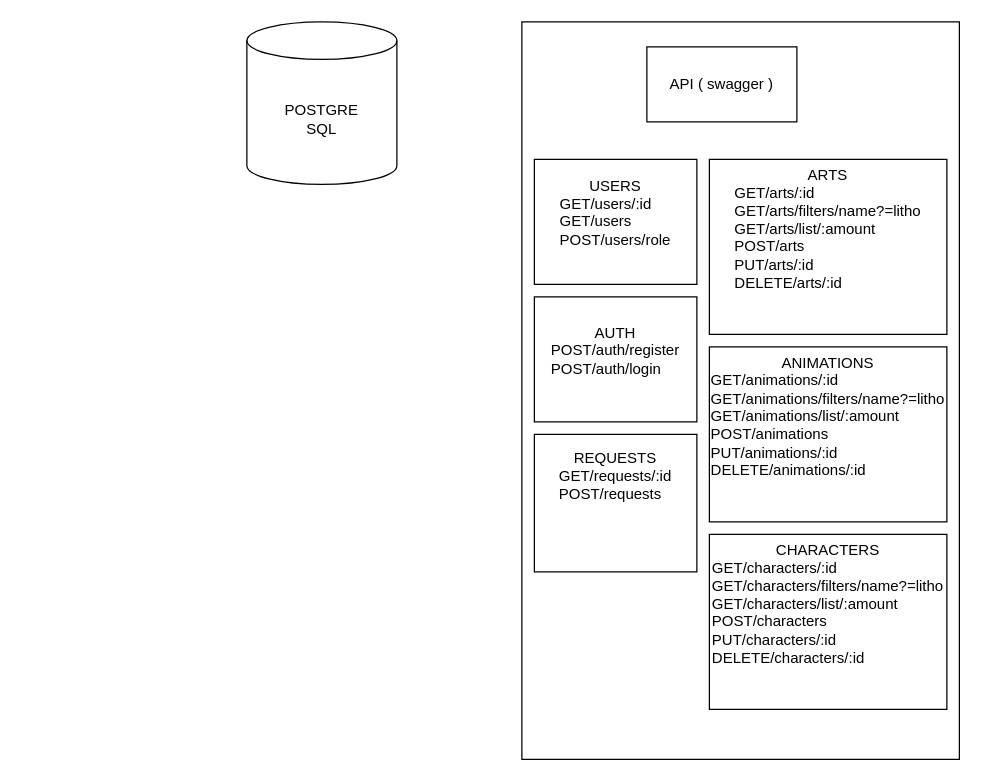
Before: Untitled Diagram.drawio in Alec-litho/lupisvulpes-backend, a draw.io diagram. Source tidied: cells renumbered, new cells numbered last; positions are measured from the earlier drawing's top-left corner, leaving out a move shared by most shapes. Both pictures are drawn from the tidied source at 125%, with x=0, y=0 at pixel (246, 21).
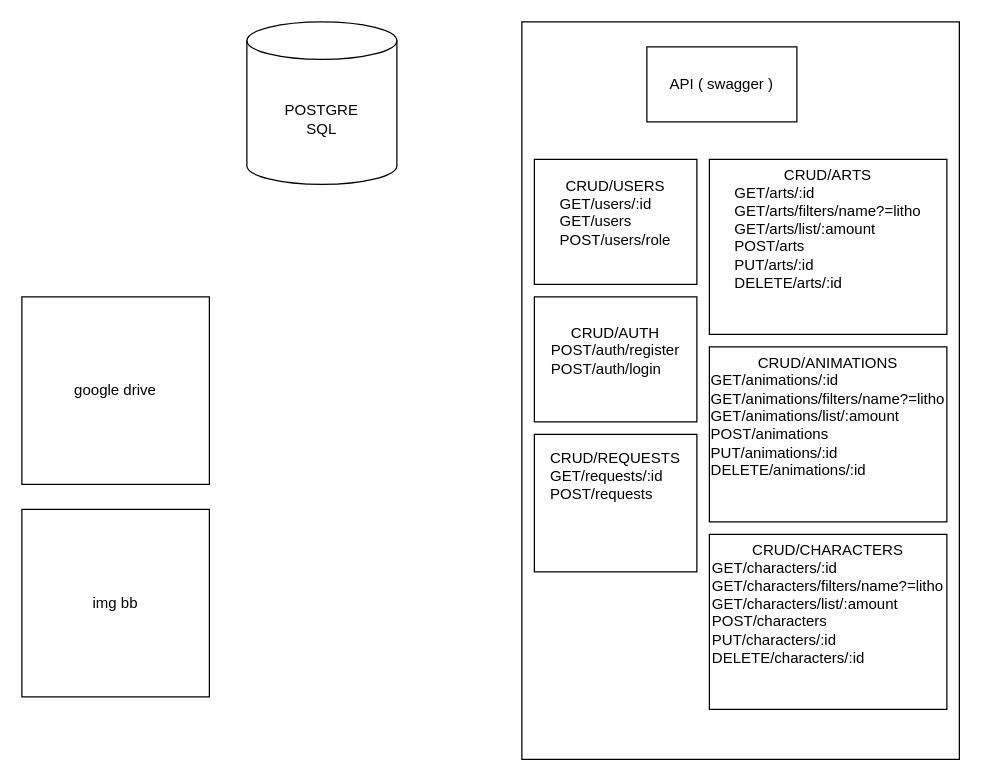
The same page after the edit.

Diff of the diagram source:
```diff
@@
 <mxGraphModel>
   <root>
     <mxCell id="0" />
     <mxCell id="1" parent="0" />
     <mxCell id="2" style="rounded=0;whiteSpace=wrap;html=1;" parent="1" vertex="1">
       <mxGeometry x="220" width="350" height="590" as="geometry" />
     </mxCell>
     <mxCell id="3" value="API ( swagger )" style="rounded=0;whiteSpace=wrap;html=1;" parent="1" vertex="1">
       <mxGeometry x="320" y="20" width="120" height="60" as="geometry" />
     </mxCell>
-    <mxCell id="4" value="USERS&lt;div style=&quot;text-align: left;&quot;&gt;GET/users/:id&lt;/div&gt;&lt;div style=&quot;text-align: left;&quot;&gt;GET/users&lt;/div&gt;&lt;div style=&quot;text-align: left;&quot;&gt;POST/users/role&lt;/div&gt;&lt;div&gt;&lt;div&gt;&lt;br&gt;&lt;/div&gt;&lt;/div&gt;" style="rounded=0;whiteSpace=wrap;html=1;" parent="1" vertex="1">
+    <mxCell id="4" value="CRUD/USERS&lt;div style=&quot;text-align: left;&quot;&gt;GET/users/:id&lt;/div&gt;&lt;div style=&quot;text-align: left;&quot;&gt;GET/users&lt;/div&gt;&lt;div style=&quot;text-align: left;&quot;&gt;POST/users/role&lt;/div&gt;&lt;div&gt;&lt;div&gt;&lt;br&gt;&lt;/div&gt;&lt;/div&gt;" style="rounded=0;whiteSpace=wrap;html=1;" parent="1" vertex="1">
       <mxGeometry x="230" y="110" width="130" height="100" as="geometry" />
     </mxCell>
-    <mxCell id="5" value="ARTS&lt;div style=&quot;text-align: left;&quot;&gt;GET/arts/:id&lt;/div&gt;&lt;div style=&quot;text-align: left;&quot;&gt;&lt;div&gt;GET/arts/filters/name?=litho&lt;/div&gt;&lt;/div&gt;&lt;div style=&quot;text-align: left;&quot;&gt;GET/arts/list/:amount&lt;/div&gt;&lt;div style=&quot;text-align: left;&quot;&gt;POST/arts&lt;/div&gt;&lt;div style=&quot;text-align: left;&quot;&gt;&lt;span style=&quot;background-color: transparent; color: light-dark(rgb(0, 0, 0), rgb(255, 255, 255));&quot;&gt;PUT/arts/:id&lt;/span&gt;&lt;/div&gt;&lt;div style=&quot;text-align: left;&quot;&gt;DELETE/arts/:id&lt;/div&gt;&lt;div style=&quot;text-align: left;&quot;&gt;&lt;div&gt;&lt;br&gt;&lt;/div&gt;&lt;/div&gt;&lt;div style=&quot;text-align: left;&quot;&gt;&lt;span style=&quot;color: rgba(0, 0, 0, 0); font-family: monospace; font-size: 0px; text-wrap-mode: nowrap; background-color: transparent;&quot;&gt;dwd%3CmxGraphModel%3E%3Croot%3E%3CmxCell%20id%3D%220%22%2F%3E%3CmxCell%20id%3D%221%22%20parent%3D%220%22%2F%3E%3CmxCell%20id%3D%222%22%20value%3D%22API%20(%20swagger%20)%22%20style%3D%22rounded%3D0%3BwhiteSpace%3Dwrap%3Bhtml%3D1%3B%22%20vertex%3D%221%22%20parent%3D%221%22%3E%3CmxGeometry%20x%3D%22545%22%20y%3D%22170%22%20width%3D%22120%22%20height%3D%2260%22%20as%3D%22geometry%22%2F%3E%3C%2FmxCell%3E%3C%2Froot%3E%3C%2FmxGraphModel%3Ewdf&lt;/span&gt;&lt;/div&gt;" style="rounded=0;whiteSpace=wrap;html=1;" parent="1" vertex="1">
+    <mxCell id="5" value="CRUD/ARTS&lt;div style=&quot;text-align: left;&quot;&gt;GET/arts/:id&lt;/div&gt;&lt;div style=&quot;text-align: left;&quot;&gt;&lt;div&gt;GET/arts/filters/name?=litho&lt;/div&gt;&lt;/div&gt;&lt;div style=&quot;text-align: left;&quot;&gt;GET/arts/list/:amount&lt;/div&gt;&lt;div style=&quot;text-align: left;&quot;&gt;POST/arts&lt;/div&gt;&lt;div style=&quot;text-align: left;&quot;&gt;&lt;span style=&quot;background-color: transparent; color: light-dark(rgb(0, 0, 0), rgb(255, 255, 255));&quot;&gt;PUT/arts/:id&lt;/span&gt;&lt;/div&gt;&lt;div style=&quot;text-align: left;&quot;&gt;DELETE/arts/:id&lt;/div&gt;&lt;div style=&quot;text-align: left;&quot;&gt;&lt;div&gt;&lt;br&gt;&lt;/div&gt;&lt;/div&gt;&lt;div style=&quot;text-align: left;&quot;&gt;&lt;span style=&quot;color: rgba(0, 0, 0, 0); font-family: monospace; font-size: 0px; text-wrap-mode: nowrap; background-color: transparent;&quot;&gt;dwd%3CmxGraphModel%3E%3Croot%3E%3CmxCell%20id%3D%220%22%2F%3E%3CmxCell%20id%3D%221%22%20parent%3D%220%22%2F%3E%3CmxCell%20id%3D%222%22%20value%3D%22API%20(%20swagger%20)%22%20style%3D%22rounded%3D0%3BwhiteSpace%3Dwrap%3Bhtml%3D1%3B%22%20vertex%3D%221%22%20parent%3D%221%22%3E%3CmxGeometry%20x%3D%22545%22%20y%3D%22170%22%20width%3D%22120%22%20height%3D%2260%22%20as%3D%22geometry%22%2F%3E%3C%2FmxCell%3E%3C%2Froot%3E%3C%2FmxGraphModel%3Ewdf&lt;/span&gt;&lt;/div&gt;" style="rounded=0;whiteSpace=wrap;html=1;" parent="1" vertex="1">
       <mxGeometry x="370" y="110" width="190" height="140" as="geometry" />
     </mxCell>
-    <mxCell id="6" value="REQUESTS&lt;div style=&quot;text-align: left;&quot;&gt;GET/requests/:id&lt;/div&gt;&lt;div style=&quot;text-align: left;&quot;&gt;&lt;div&gt;POST/requests&lt;/div&gt;&lt;/div&gt;&lt;div style=&quot;text-align: left;&quot;&gt;&lt;br&gt;&lt;/div&gt;&lt;div style=&quot;text-align: left;&quot;&gt;&lt;div&gt;&lt;br&gt;&lt;/div&gt;&lt;/div&gt;&lt;div style=&quot;text-align: left;&quot;&gt;&lt;span style=&quot;color: rgba(0, 0, 0, 0); font-family: monospace; font-size: 0px; text-wrap-mode: nowrap; background-color: transparent;&quot;&gt;dwd%3CmxGraphModel%3E%3Croot%3E%3CmxCell%20id%3D%220%22%2F%3E%3CmxCell%20id%3D%221%22%20parent%3D%220%22%2F%3E%3CmxCell%20id%3D%222%22%20value%3D%22API%20(%20swagger%20)%22%20style%3D%22rounded%3D0%3BwhiteSpace%3Dwrap%3Bhtml%3D1%3B%22%20vertex%3D%221%22%20parent%3D%221%22%3E%3CmxGeometry%20x%3D%22545%22%20y%3D%22170%22%20width%3D%22120%22%20height%3D%2260%22%20as%3D%22geometry%22%2F%3E%3C%2FmxCell%3E%3C%2Froot%3E%3C%2FmxGraphModel%3Ewdf&lt;/span&gt;&lt;/div&gt;" style="rounded=0;whiteSpace=wrap;html=1;" parent="1" vertex="1">
+    <mxCell id="6" value="CRUD/REQUESTS&lt;div style=&quot;text-align: left;&quot;&gt;GET/requests/:id&lt;/div&gt;&lt;div style=&quot;text-align: left;&quot;&gt;&lt;div&gt;POST/requests&lt;/div&gt;&lt;/div&gt;&lt;div style=&quot;text-align: left;&quot;&gt;&lt;br&gt;&lt;/div&gt;&lt;div style=&quot;text-align: left;&quot;&gt;&lt;div&gt;&lt;br&gt;&lt;/div&gt;&lt;/div&gt;&lt;div style=&quot;text-align: left;&quot;&gt;&lt;span style=&quot;color: rgba(0, 0, 0, 0); font-family: monospace; font-size: 0px; text-wrap-mode: nowrap; background-color: transparent;&quot;&gt;dwd%3CmxGraphModel%3E%3Croot%3E%3CmxCell%20id%3D%220%22%2F%3E%3CmxCell%20id%3D%221%22%20parent%3D%220%22%2F%3E%3CmxCell%20id%3D%222%22%20value%3D%22API%20(%20swagger%20)%22%20style%3D%22rounded%3D0%3BwhiteSpace%3Dwrap%3Bhtml%3D1%3B%22%20vertex%3D%221%22%20parent%3D%221%22%3E%3CmxGeometry%20x%3D%22545%22%20y%3D%22170%22%20width%3D%22120%22%20height%3D%2260%22%20as%3D%22geometry%22%2F%3E%3C%2FmxCell%3E%3C%2Froot%3E%3C%2FmxGraphModel%3Ewdf&lt;/span&gt;&lt;/div&gt;" style="rounded=0;whiteSpace=wrap;html=1;" parent="1" vertex="1">
       <mxGeometry x="230" y="330" width="130" height="110" as="geometry" />
     </mxCell>
-    <mxCell id="7" value="AUTH&lt;br&gt;&lt;div style=&quot;text-align: left;&quot;&gt;POST/auth/register&lt;/div&gt;&lt;div style=&quot;text-align: left;&quot;&gt;POST/auth/login&lt;/div&gt;&lt;div&gt;&lt;div&gt;&lt;br&gt;&lt;/div&gt;&lt;/div&gt;" style="rounded=0;whiteSpace=wrap;html=1;" parent="1" vertex="1">
+    <mxCell id="7" value="CRUD/AUTH&lt;br&gt;&lt;div style=&quot;text-align: left;&quot;&gt;POST/auth/register&lt;/div&gt;&lt;div style=&quot;text-align: left;&quot;&gt;POST/auth/login&lt;/div&gt;&lt;div&gt;&lt;div&gt;&lt;br&gt;&lt;/div&gt;&lt;/div&gt;" style="rounded=0;whiteSpace=wrap;html=1;" parent="1" vertex="1">
       <mxGeometry x="230" y="220" width="130" height="100" as="geometry" />
     </mxCell>
-    <mxCell id="8" value="ANIMATIONS&lt;div style=&quot;text-align: left;&quot;&gt;GET/animations/:id&lt;/div&gt;&lt;div style=&quot;text-align: left;&quot;&gt;&lt;div&gt;GET/animations/filters/name?=litho&lt;/div&gt;&lt;/div&gt;&lt;div style=&quot;text-align: left;&quot;&gt;GET/animations/list/:amount&lt;/div&gt;&lt;div style=&quot;text-align: left;&quot;&gt;POST/&lt;span style=&quot;background-color: transparent; color: light-dark(rgb(0, 0, 0), rgb(255, 255, 255));&quot;&gt;animations&lt;/span&gt;&lt;/div&gt;&lt;div style=&quot;text-align: left;&quot;&gt;&lt;span style=&quot;background-color: transparent; color: light-dark(rgb(0, 0, 0), rgb(255, 255, 255));&quot;&gt;PUT/&lt;/span&gt;animations&lt;span style=&quot;background-color: transparent; color: light-dark(rgb(0, 0, 0), rgb(255, 255, 255));&quot;&gt;/:id&lt;/span&gt;&lt;/div&gt;&lt;div style=&quot;text-align: left;&quot;&gt;DELETE/animations/:id&lt;/div&gt;&lt;div style=&quot;text-align: left;&quot;&gt;&lt;div&gt;&lt;br&gt;&lt;/div&gt;&lt;/div&gt;&lt;div style=&quot;text-align: left;&quot;&gt;&lt;span style=&quot;color: rgba(0, 0, 0, 0); font-family: monospace; font-size: 0px; text-wrap-mode: nowrap; background-color: transparent;&quot;&gt;dwd%3CmxGraphModel%3E%3Croot%3E%3CmxCell%20id%3D%220%22%2F%3E%3CmxCell%20id%3D%221%22%20parent%3D%220%22%2F%3E%3CmxCell%20id%3D%222%22%20value%3D%22API%20(%20swagger%20)%22%20style%3D%22rounded%3D0%3BwhiteSpace%3Dwrap%3Bhtml%3D1%3B%22%20vertex%3D%221%22%20parent%3D%221%22%3E%3CmxGeometry%20x%3D%22545%22%20y%3D%22170%22%20width%3D%22120%22%20height%3D%2260%22%20as%3D%22geometry%22%2F%3E%3C%2FmxCell%3E%3C%2Froot%3E%3C%2FmxGraphModel%3Ewdf&lt;/span&gt;&lt;/div&gt;" style="rounded=0;whiteSpace=wrap;html=1;" parent="1" vertex="1">
+    <mxCell id="8" value="CRUD/ANIMATIONS&lt;div style=&quot;text-align: left;&quot;&gt;GET/animations/:id&lt;/div&gt;&lt;div style=&quot;text-align: left;&quot;&gt;&lt;div&gt;GET/animations/filters/name?=litho&lt;/div&gt;&lt;/div&gt;&lt;div style=&quot;text-align: left;&quot;&gt;GET/animations/list/:amount&lt;/div&gt;&lt;div style=&quot;text-align: left;&quot;&gt;POST/&lt;span style=&quot;background-color: transparent; color: light-dark(rgb(0, 0, 0), rgb(255, 255, 255));&quot;&gt;animations&lt;/span&gt;&lt;/div&gt;&lt;div style=&quot;text-align: left;&quot;&gt;&lt;span style=&quot;background-color: transparent; color: light-dark(rgb(0, 0, 0), rgb(255, 255, 255));&quot;&gt;PUT/&lt;/span&gt;animations&lt;span style=&quot;background-color: transparent; color: light-dark(rgb(0, 0, 0), rgb(255, 255, 255));&quot;&gt;/:id&lt;/span&gt;&lt;/div&gt;&lt;div style=&quot;text-align: left;&quot;&gt;DELETE/animations/:id&lt;/div&gt;&lt;div style=&quot;text-align: left;&quot;&gt;&lt;div&gt;&lt;br&gt;&lt;/div&gt;&lt;/div&gt;&lt;div style=&quot;text-align: left;&quot;&gt;&lt;span style=&quot;color: rgba(0, 0, 0, 0); font-family: monospace; font-size: 0px; text-wrap-mode: nowrap; background-color: transparent;&quot;&gt;dwd%3CmxGraphModel%3E%3Croot%3E%3CmxCell%20id%3D%220%22%2F%3E%3CmxCell%20id%3D%221%22%20parent%3D%220%22%2F%3E%3CmxCell%20id%3D%222%22%20value%3D%22API%20(%20swagger%20)%22%20style%3D%22rounded%3D0%3BwhiteSpace%3Dwrap%3Bhtml%3D1%3B%22%20vertex%3D%221%22%20parent%3D%221%22%3E%3CmxGeometry%20x%3D%22545%22%20y%3D%22170%22%20width%3D%22120%22%20height%3D%2260%22%20as%3D%22geometry%22%2F%3E%3C%2FmxCell%3E%3C%2Froot%3E%3C%2FmxGraphModel%3Ewdf&lt;/span&gt;&lt;/div&gt;" style="rounded=0;whiteSpace=wrap;html=1;" parent="1" vertex="1">
       <mxGeometry x="370" y="260" width="190" height="140" as="geometry" />
     </mxCell>
-    <mxCell id="9" value="CHARACTERS&lt;div style=&quot;text-align: left;&quot;&gt;GET/characters/:id&lt;/div&gt;&lt;div style=&quot;text-align: left;&quot;&gt;&lt;div&gt;GET/characters/filters/name?=litho&lt;/div&gt;&lt;/div&gt;&lt;div style=&quot;text-align: left;&quot;&gt;GET/characters/list/:amount&lt;/div&gt;&lt;div style=&quot;text-align: left;&quot;&gt;POST/&lt;span style=&quot;background-color: transparent; color: light-dark(rgb(0, 0, 0), rgb(255, 255, 255));&quot;&gt;characters&lt;/span&gt;&lt;/div&gt;&lt;div style=&quot;text-align: left;&quot;&gt;&lt;span style=&quot;background-color: transparent; color: light-dark(rgb(0, 0, 0), rgb(255, 255, 255));&quot;&gt;PUT/&lt;/span&gt;characters&lt;span style=&quot;background-color: transparent; color: light-dark(rgb(0, 0, 0), rgb(255, 255, 255));&quot;&gt;/:id&lt;/span&gt;&lt;/div&gt;&lt;div style=&quot;text-align: left;&quot;&gt;DELETE/characters/:id&lt;/div&gt;&lt;div style=&quot;text-align: left;&quot;&gt;&lt;div&gt;&lt;br&gt;&lt;/div&gt;&lt;/div&gt;&lt;div style=&quot;text-align: left;&quot;&gt;&lt;span style=&quot;color: rgba(0, 0, 0, 0); font-family: monospace; font-size: 0px; text-wrap-mode: nowrap; background-color: transparent;&quot;&gt;dwd%3CmxGraphModel%3E%3Croot%3E%3CmxCell%20id%3D%220%22%2F%3E%3CmxCell%20id%3D%221%22%20parent%3D%220%22%2F%3E%3CmxCell%20id%3D%222%22%20value%3D%22API%20(%20swagger%20)%22%20style%3D%22rounded%3D0%3BwhiteSpace%3Dwrap%3Bhtml%3D1%3B%22%20vertex%3D%221%22%20parent%3D%221%22%3E%3CmxGeometry%20x%3D%22545%22%20y%3D%22170%22%20width%3D%22120%22%20height%3D%2260%22%20as%3D%22geometry%22%2F%3E%3C%2FmxCell%3E%3C%2Froot%3E%3C%2FmxGraphModel%3Ewdf&lt;/span&gt;&lt;/div&gt;" style="rounded=0;whiteSpace=wrap;html=1;" parent="1" vertex="1">
+    <mxCell id="9" value="CRUD/CHARACTERS&lt;div style=&quot;text-align: left;&quot;&gt;GET/characters/:id&lt;/div&gt;&lt;div style=&quot;text-align: left;&quot;&gt;&lt;div&gt;GET/characters/filters/name?=litho&lt;/div&gt;&lt;/div&gt;&lt;div style=&quot;text-align: left;&quot;&gt;GET/characters/list/:amount&lt;/div&gt;&lt;div style=&quot;text-align: left;&quot;&gt;POST/&lt;span style=&quot;background-color: transparent; color: light-dark(rgb(0, 0, 0), rgb(255, 255, 255));&quot;&gt;characters&lt;/span&gt;&lt;/div&gt;&lt;div style=&quot;text-align: left;&quot;&gt;&lt;span style=&quot;background-color: transparent; color: light-dark(rgb(0, 0, 0), rgb(255, 255, 255));&quot;&gt;PUT/&lt;/span&gt;characters&lt;span style=&quot;background-color: transparent; color: light-dark(rgb(0, 0, 0), rgb(255, 255, 255));&quot;&gt;/:id&lt;/span&gt;&lt;/div&gt;&lt;div style=&quot;text-align: left;&quot;&gt;DELETE/characters/:id&lt;/div&gt;&lt;div style=&quot;text-align: left;&quot;&gt;&lt;div&gt;&lt;br&gt;&lt;/div&gt;&lt;/div&gt;&lt;div style=&quot;text-align: left;&quot;&gt;&lt;span style=&quot;color: rgba(0, 0, 0, 0); font-family: monospace; font-size: 0px; text-wrap-mode: nowrap; background-color: transparent;&quot;&gt;dwd%3CmxGraphModel%3E%3Croot%3E%3CmxCell%20id%3D%220%22%2F%3E%3CmxCell%20id%3D%221%22%20parent%3D%220%22%2F%3E%3CmxCell%20id%3D%222%22%20value%3D%22API%20(%20swagger%20)%22%20style%3D%22rounded%3D0%3BwhiteSpace%3Dwrap%3Bhtml%3D1%3B%22%20vertex%3D%221%22%20parent%3D%221%22%3E%3CmxGeometry%20x%3D%22545%22%20y%3D%22170%22%20width%3D%22120%22%20height%3D%2260%22%20as%3D%22geometry%22%2F%3E%3C%2FmxCell%3E%3C%2Froot%3E%3C%2FmxGraphModel%3Ewdf&lt;/span&gt;&lt;/div&gt;" style="rounded=0;whiteSpace=wrap;html=1;" parent="1" vertex="1">
       <mxGeometry x="370" y="410" width="190" height="140" as="geometry" />
     </mxCell>
     <mxCell id="10" value="POSTGRE&lt;div&gt;&lt;span style=&quot;background-color: transparent; color: light-dark(rgb(0, 0, 0), rgb(255, 255, 255));&quot;&gt;SQL&lt;/span&gt;&lt;/div&gt;" style="shape=cylinder3;whiteSpace=wrap;html=1;boundedLbl=1;backgroundOutline=1;size=15;" parent="1" vertex="1">
       <mxGeometry width="120" height="130" as="geometry" />
     </mxCell>
+    <mxCell id="11" value="google drive" style="whiteSpace=wrap;html=1;" parent="1" vertex="1">
+      <mxGeometry x="-180" y="220" width="150" height="150" as="geometry" />
+    </mxCell>
+    <mxCell id="12" value="img bb" style="whiteSpace=wrap;html=1;" parent="1" vertex="1">
+      <mxGeometry x="-180" y="390" width="150" height="150" as="geometry" />
+    </mxCell>
   </root>
 </mxGraphModel>
```
